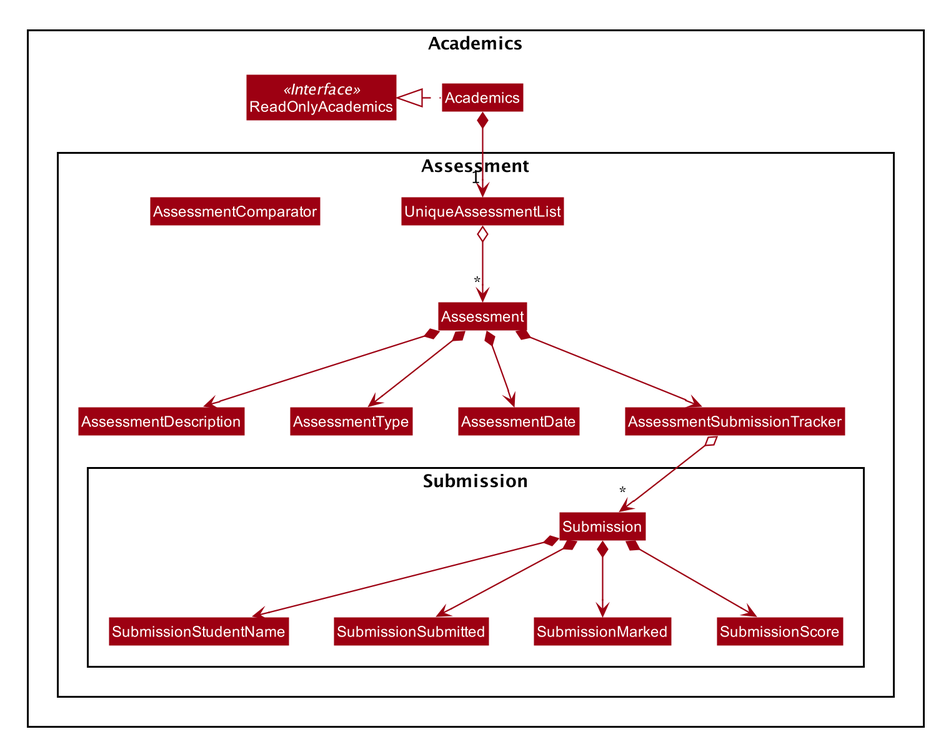
Earlier version of the PlantUML export docs/images/academics/AcademicsModelClassDiagram.png (tingalinga/main). Its diagram source:
```plantuml
@startuml








skinparam BackgroundColor #FFFFFFF

skinparam Shadowing false

skinparam Class {
    FontColor #FFFFFF
    BorderThickness 1
    BorderColor #FFFFFF
    StereotypeFontColor #FFFFFF
    FontName Arial
}

skinparam Actor {
    BorderColor #000000
    Color #000000
    FontName Arial
}

skinparam Sequence {
    MessageAlign center
    BoxFontSize 15
    BoxPadding 0
    BoxFontColor #FFFFFF
    FontName Arial
}

skinparam Participant {
    FontColor #FFFFFFF
    Padding 20
}

skinparam MinClassWidth 50
skinparam ParticipantPadding 10
skinparam Shadowing false
skinparam DefaultTextAlignment center
skinparam packageStyle Rectangle

hide footbox
hide members
hide circle
skinparam arrowThickness 1.1
skinparam arrowColor #9D0012
skinparam classBackgroundColor #9D0012

Package Academics {
Interface ReadOnlyAcademics <<Interface>>
Class Academics
Class ReadOnlyAcademics
Academics .left.|> ReadOnlyAcademics

Package Assessment  {
Class UniqueAssessmentList
Class AssessmentComparator
Class Assessment
Assessment *--> AssessmentDescription
Assessment *--> AssessmentType
Assessment *--> AssessmentDate
Assessment *--> AssessmentSubmissionTracker

Package Submission {
Class Submission
AssessmentSubmissionTracker o--> "*" Submission
Submission *--> SubmissionStudentName
Submission *--> SubmissionSubmitted
Submission *--> SubmissionMarked
Submission *--> SubmissionScore
}

Academics *--> "1" UniqueAssessmentList
UniqueAssessmentList o--> "*" Assessment

@enduml
```
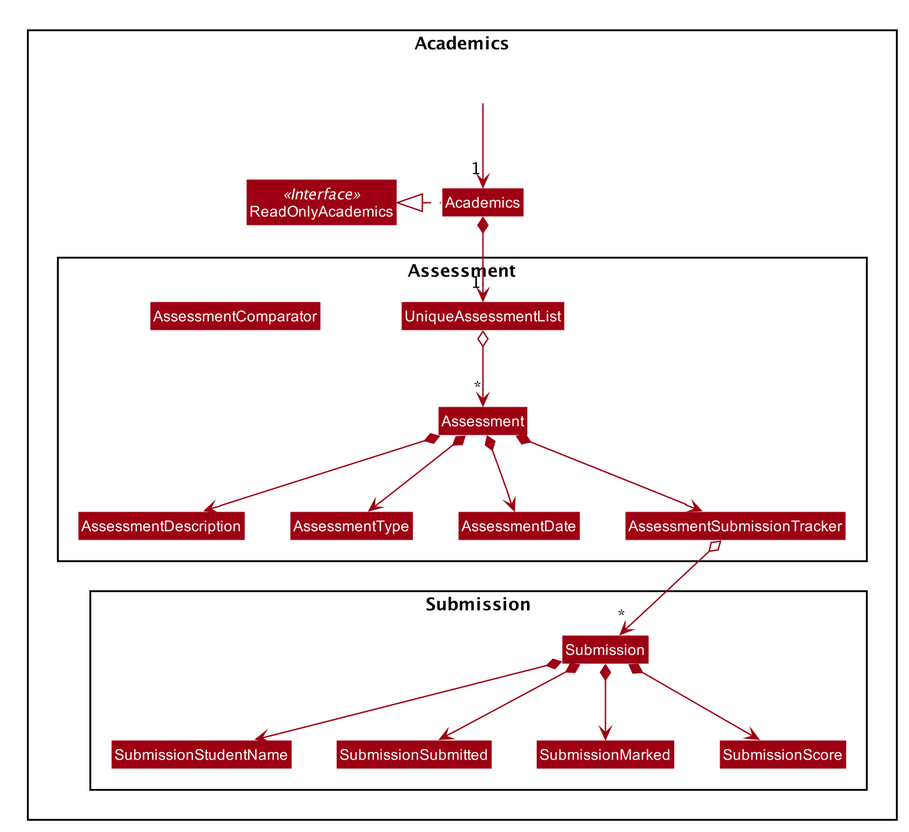
After the change.

Commit message:
Edit model diagram and PPP

What changed in the source:
```diff
@@ -65,6 +65,7 @@
 Assessment *--> AssessmentType
 Assessment *--> AssessmentDate
 Assessment *--> AssessmentSubmissionTracker
+}
 
 Package Submission {
 Class Submission
@@ -75,6 +76,9 @@
 Submission *--> SubmissionScore
 }
 
+Class HiddenOutside #FFFFFF
+HiddenOutside --> "1"  Academics
+
 Academics *--> "1" UniqueAssessmentList
 UniqueAssessmentList o--> "*" Assessment
 
```
